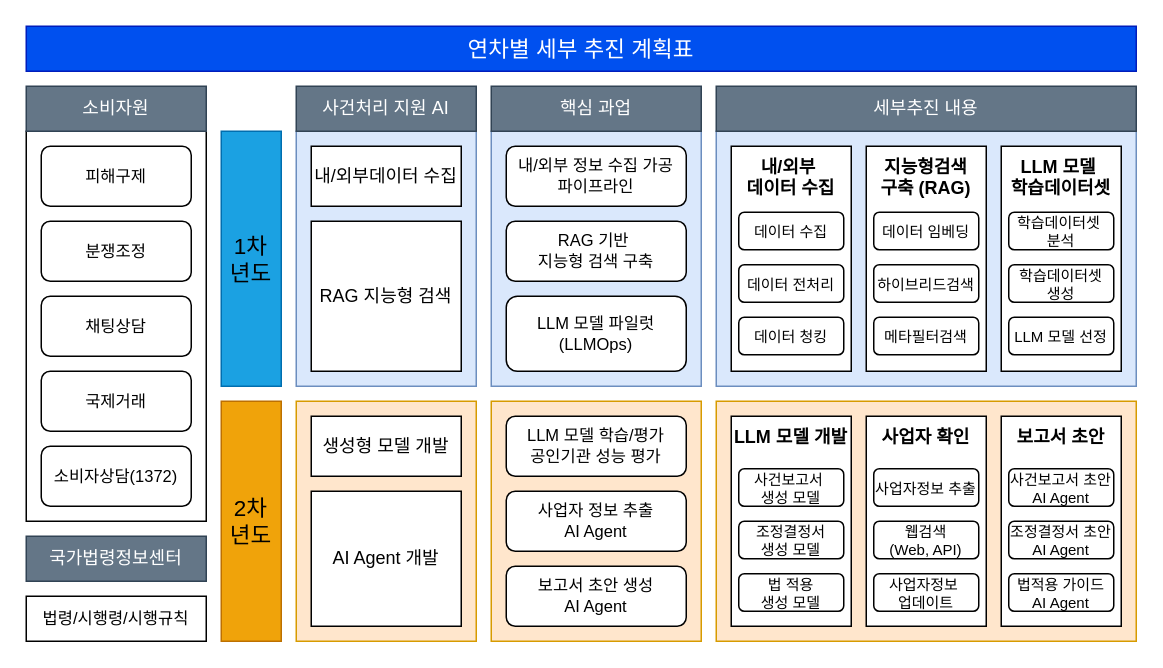
This is page "업무 추진 계획" (9 of 11) of docs/KCA.drawio from eunpa/KCA, a draw.io file, before an edit. Source tidied: cells renumbered, new cells numbered last; positions are measured from the earlier drawing's top-left corner, leaving out a move shared by most shapes. Both pictures are drawn from the tidied source at 150%, with x=0, y=0 at pixel (26, 26).
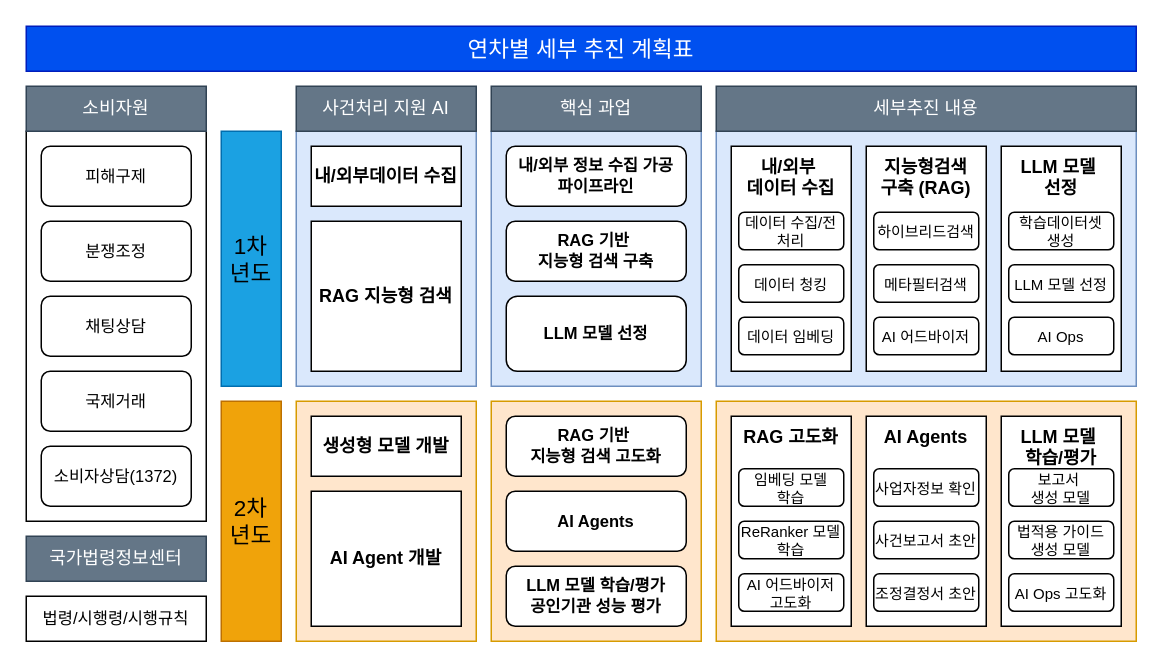
The same diagram, later.

Change to the diagram source:
```diff
@@
-    <mxCell id="2" style="whiteSpace=wrap;html=1;fillColor=#ffe6cc;strokeColor=#d79b00;" parent="1" vertex="1">
-      <mxGeometry x="460" y="250" width="280" height="160" as="geometry" />
-    </mxCell>
-    <mxCell id="3" style="whiteSpace=wrap;html=1;fillColor=#dae8fc;strokeColor=#6c8ebf;" parent="1" vertex="1">
-      <mxGeometry x="460" y="70" width="280" height="170" as="geometry" />
-    </mxCell>
-    <mxCell id="4" style="whiteSpace=wrap;html=1;fillColor=#ffe6cc;strokeColor=#d79b00;" parent="1" vertex="1">
-      <mxGeometry x="310" y="250" width="140" height="160" as="geometry" />
-    </mxCell>
-    <mxCell id="5" style="whiteSpace=wrap;html=1;fillColor=#dae8fc;strokeColor=#6c8ebf;" parent="1" vertex="1">
-      <mxGeometry x="310" y="70" width="140" height="170" as="geometry" />
-    </mxCell>
-    <mxCell id="6" style="whiteSpace=wrap;html=1;fillColor=#dae8fc;strokeColor=#6c8ebf;" parent="1" vertex="1">
-      <mxGeometry x="180" y="70" width="120" height="170" as="geometry" />
-    </mxCell>
-    <mxCell id="7" style="whiteSpace=wrap;html=1;fillColor=#ffe6cc;strokeColor=#d79b00;" parent="1" vertex="1">
-      <mxGeometry x="180" y="250" width="120" height="160" as="geometry" />
-    </mxCell>
-    <mxCell id="8" style="whiteSpace=wrap;html=1;" parent="1" vertex="1">
-      <mxGeometry y="70" width="120" height="260" as="geometry" />
-    </mxCell>
+    <mxCell id="57" style="whiteSpace=wrap;html=1;fillColor=#ffe6cc;strokeColor=#d79b00;" parent="1" vertex="1">
+      <mxGeometry x="460" y="250" width="280" height="160" as="geometry" />
+    </mxCell>
+    <mxCell id="58" style="whiteSpace=wrap;html=1;fillColor=#dae8fc;strokeColor=#6c8ebf;" parent="1" vertex="1">
+      <mxGeometry x="460" y="70" width="280" height="170" as="geometry" />
+    </mxCell>
+    <mxCell id="59" style="whiteSpace=wrap;html=1;fillColor=#ffe6cc;strokeColor=#d79b00;" parent="1" vertex="1">
+      <mxGeometry x="310" y="250" width="140" height="160" as="geometry" />
+    </mxCell>
+    <mxCell id="60" style="whiteSpace=wrap;html=1;fillColor=#dae8fc;strokeColor=#6c8ebf;" parent="1" vertex="1">
+      <mxGeometry x="310" y="70" width="140" height="170" as="geometry" />
+    </mxCell>
+    <mxCell id="61" style="whiteSpace=wrap;html=1;fillColor=#dae8fc;strokeColor=#6c8ebf;" parent="1" vertex="1">
+      <mxGeometry x="180" y="70" width="120" height="170" as="geometry" />
+    </mxCell>
+    <mxCell id="62" style="whiteSpace=wrap;html=1;fillColor=#ffe6cc;strokeColor=#d79b00;" parent="1" vertex="1">
+      <mxGeometry x="180" y="250" width="120" height="160" as="geometry" />
+    </mxCell>
+    <mxCell id="63" style="whiteSpace=wrap;html=1;" parent="1" vertex="1">
+      <mxGeometry y="70" width="120" height="260" as="geometry" />
+    </mxCell>
@@
-    <mxCell id="14" value="내/외부데이터 수집" style="whiteSpace=wrap;html=1;" parent="1" vertex="1">
+    <mxCell id="14" value="내/외부데이터 수집" style="whiteSpace=wrap;html=1;fontStyle=1;" parent="1" vertex="1">
       <mxGeometry x="190" y="80" width="100" height="40" as="geometry" />
     </mxCell>
-    <mxCell id="15" value="내/외부 정보 수집 가공&lt;div&gt;파이프라인&lt;/div&gt;" style="rounded=1;whiteSpace=wrap;html=1;fontSize=11;" parent="1" vertex="1">
+    <mxCell id="15" value="내/외부 정보 수집 가공&lt;div&gt;파이프라인&lt;/div&gt;" style="rounded=1;whiteSpace=wrap;html=1;fontSize=11;fontStyle=1;" parent="1" vertex="1">
       <mxGeometry x="320" y="80" width="120" height="40" as="geometry" />
     </mxCell>
-    <mxCell id="16" value="RAG 기반&amp;nbsp;&lt;div&gt;지능형 검색 구축&lt;/div&gt;" style="rounded=1;whiteSpace=wrap;html=1;fontSize=11;" parent="1" vertex="1">
+    <mxCell id="16" value="RAG 기반&amp;nbsp;&lt;div&gt;지능형 검색 구축&lt;/div&gt;" style="rounded=1;whiteSpace=wrap;html=1;fontSize=11;fontStyle=1;" parent="1" vertex="1">
       <mxGeometry x="320" y="130" width="120" height="40" as="geometry" />
     </mxCell>
-    <mxCell id="17" value="LLM 모델 파일럿&lt;div&gt;(LLMOps)&lt;/div&gt;" style="rounded=1;whiteSpace=wrap;html=1;fontSize=11;" parent="1" vertex="1">
-      <mxGeometry x="320" y="180" width="120" height="50" as="geometry" />
-    </mxCell>
+    <mxCell id="64" value="LLM 모델 선정" style="rounded=1;whiteSpace=wrap;html=1;fontSize=11;fontStyle=1;" parent="1" vertex="1">
+      <mxGeometry x="320" y="180" width="120" height="50" as="geometry" />
+    </mxCell>
-    <mxCell id="18" value="LLM 모델 학습/평가&lt;div&gt;공인기관 성능 평가&lt;/div&gt;" style="rounded=1;whiteSpace=wrap;html=1;fontSize=11;" parent="1" vertex="1">
-      <mxGeometry x="320" y="260" width="120" height="40" as="geometry" />
+    <mxCell id="18" value="LLM 모델 학습/평가&lt;div&gt;공인기관 성능 평가&lt;/div&gt;" style="rounded=1;whiteSpace=wrap;html=1;fontSize=11;fontStyle=1;" parent="1" vertex="1">
+      <mxGeometry x="320" y="360" width="120" height="40" as="geometry" />
     </mxCell>
-    <mxCell id="19" value="사업자 정보 추출&lt;div&gt;AI Agent&lt;/div&gt;" style="rounded=1;whiteSpace=wrap;html=1;fontSize=11;" parent="1" vertex="1">
-      <mxGeometry x="320" y="310" width="120" height="40" as="geometry" />
-    </mxCell>
-    <mxCell id="20" value="보고서 초안 생성&lt;div&gt;AI Agent&lt;/div&gt;" style="rounded=1;whiteSpace=wrap;html=1;fontSize=11;" parent="1" vertex="1">
-      <mxGeometry x="320" y="360" width="120" height="40" as="geometry" />
-    </mxCell>
+    <mxCell id="65" value="&lt;div&gt;&lt;span style=&quot;color: rgb(0, 0, 0);&quot;&gt;RAG 기반&amp;nbsp;&lt;/span&gt;&lt;/div&gt;지능형 검색 고도화" style="rounded=1;whiteSpace=wrap;html=1;fontSize=11;fontStyle=1;" parent="1" vertex="1">
+      <mxGeometry x="320" y="260" width="120" height="40" as="geometry" />
+    </mxCell>
+    <mxCell id="66" value="AI Agents" style="rounded=1;whiteSpace=wrap;html=1;fontSize=11;fontStyle=1;" parent="1" vertex="1">
+      <mxGeometry x="320" y="310" width="120" height="40" as="geometry" />
+    </mxCell>
-    <mxCell id="21" value="RAG 지능형 검색" style="whiteSpace=wrap;html=1;" parent="1" vertex="1">
+    <mxCell id="21" value="RAG 지능형 검색" style="whiteSpace=wrap;html=1;fontStyle=1;" parent="1" vertex="1">
       <mxGeometry x="190" y="130" width="100" height="100" as="geometry" />
     </mxCell>
-    <mxCell id="22" value="생성형 모델 개발" style="whiteSpace=wrap;html=1;" parent="1" vertex="1">
+    <mxCell id="22" value="생성형 모델 개발" style="whiteSpace=wrap;html=1;fontStyle=1;" parent="1" vertex="1">
       <mxGeometry x="190" y="260" width="100" height="40" as="geometry" />
     </mxCell>
-    <mxCell id="23" value="AI Agent 개발" style="whiteSpace=wrap;html=1;" parent="1" vertex="1">
+    <mxCell id="23" value="AI Agent 개발" style="whiteSpace=wrap;html=1;fontStyle=1;" parent="1" vertex="1">
       <mxGeometry x="190" y="310" width="100" height="90" as="geometry" />
     </mxCell>
@@
-    <mxCell id="33" value="&lt;b&gt;LLM 모델&amp;nbsp;&lt;/b&gt;&lt;div&gt;&lt;b&gt;학습데이터셋&lt;/b&gt;&lt;/div&gt;" style="rounded=1;whiteSpace=wrap;html=1;verticalAlign=top;arcSize=0;" parent="1" vertex="1">
-      <mxGeometry x="650" y="80" width="80" height="150" as="geometry" />
-    </mxCell>
-    <mxCell id="34" value="LLM 모델 개발" style="rounded=1;whiteSpace=wrap;html=1;fontStyle=1;verticalAlign=top;arcSize=0;" parent="1" vertex="1">
-      <mxGeometry x="470" y="260" width="80" height="140" as="geometry" />
-    </mxCell>
-    <mxCell id="35" value="사업자 확인" style="rounded=1;whiteSpace=wrap;html=1;fontStyle=1;verticalAlign=top;arcSize=0;" parent="1" vertex="1">
-      <mxGeometry x="560" y="260" width="80" height="140" as="geometry" />
-    </mxCell>
-    <mxCell id="36" value="&lt;b&gt;보고서 초안&lt;/b&gt;" style="rounded=1;whiteSpace=wrap;html=1;verticalAlign=top;arcSize=0;" parent="1" vertex="1">
-      <mxGeometry x="650" y="260" width="80" height="140" as="geometry" />
-    </mxCell>
-    <mxCell id="37" value="데이터 수집" style="rounded=1;whiteSpace=wrap;html=1;fontSize=10;" parent="1" vertex="1">
-      <mxGeometry x="475" y="124" width="70" height="25" as="geometry" />
-    </mxCell>
-    <mxCell id="38" value="데이터 전처리" style="rounded=1;whiteSpace=wrap;html=1;fontSize=10;" parent="1" vertex="1">
-      <mxGeometry x="475" y="159" width="70" height="25" as="geometry" />
-    </mxCell>
+    <mxCell id="67" value="&lt;b&gt;LLM 모델&amp;nbsp;&lt;/b&gt;&lt;div&gt;&lt;b&gt;선정&lt;/b&gt;&lt;/div&gt;" style="rounded=1;whiteSpace=wrap;html=1;verticalAlign=top;arcSize=0;" parent="1" vertex="1">
+      <mxGeometry x="650" y="80" width="80" height="150" as="geometry" />
+    </mxCell>
+    <mxCell id="68" value="LLM 모델&amp;nbsp;&lt;div&gt;학습/평가&lt;/div&gt;" style="rounded=1;whiteSpace=wrap;html=1;fontStyle=1;verticalAlign=top;arcSize=0;" parent="1" vertex="1">
+      <mxGeometry x="650" y="260" width="80" height="140" as="geometry" />
+    </mxCell>
+    <mxCell id="69" value="RAG 고도화" style="rounded=1;whiteSpace=wrap;html=1;fontStyle=1;verticalAlign=top;arcSize=0;" parent="1" vertex="1">
+      <mxGeometry x="470" y="260" width="80" height="140" as="geometry" />
+    </mxCell>
+    <mxCell id="70" value="AI Agents" style="rounded=1;whiteSpace=wrap;html=1;verticalAlign=top;arcSize=0;fontStyle=1;" parent="1" vertex="1">
+      <mxGeometry x="560" y="260" width="80" height="140" as="geometry" />
+    </mxCell>
+    <mxCell id="71" value="데이터 수집/전처리" style="rounded=1;whiteSpace=wrap;html=1;fontSize=10;" parent="1" vertex="1">
+      <mxGeometry x="475" y="124" width="70" height="25" as="geometry" />
+    </mxCell>
     <mxCell id="39" value="데이터 청킹" style="rounded=1;whiteSpace=wrap;html=1;fontSize=10;" parent="1" vertex="1">
-      <mxGeometry x="475" y="194" width="70" height="25" as="geometry" />
+      <mxGeometry x="475" y="159" width="70" height="25" as="geometry" />
     </mxCell>
     <mxCell id="40" value="데이터 임베딩" style="rounded=1;whiteSpace=wrap;html=1;fontSize=10;" parent="1" vertex="1">
-      <mxGeometry x="565" y="124" width="70" height="25" as="geometry" />
+      <mxGeometry x="475" y="194" width="70" height="25" as="geometry" />
     </mxCell>
-    <mxCell id="41" value="하이브리드검색" style="rounded=1;whiteSpace=wrap;html=1;fontSize=10;" parent="1" vertex="1">
-      <mxGeometry x="565" y="159" width="70" height="25" as="geometry" />
+    <mxCell id="41" value="&lt;span style=&quot;color: rgb(0, 0, 0);&quot;&gt;하이브리드검색&lt;/span&gt;" style="rounded=1;whiteSpace=wrap;html=1;fontSize=10;" parent="1" vertex="1">
+      <mxGeometry x="565" y="124" width="70" height="25" as="geometry" />
     </mxCell>
-    <mxCell id="42" value="메타필터검색" style="rounded=1;whiteSpace=wrap;html=1;fontSize=10;" parent="1" vertex="1">
-      <mxGeometry x="565" y="194" width="70" height="25" as="geometry" />
+    <mxCell id="42" value="&lt;span style=&quot;color: rgb(0, 0, 0);&quot;&gt;메타필터검색&lt;/span&gt;" style="rounded=1;whiteSpace=wrap;html=1;fontSize=10;" parent="1" vertex="1">
+      <mxGeometry x="565" y="159" width="70" height="25" as="geometry" />
     </mxCell>
-    <mxCell id="43" value="학습데이터셋&amp;nbsp;&lt;div&gt;분석&lt;/div&gt;" style="rounded=1;whiteSpace=wrap;html=1;fontSize=10;" parent="1" vertex="1">
-      <mxGeometry x="655" y="124" width="70" height="25" as="geometry" />
-    </mxCell>
+    <mxCell id="72" value="AI 어드바이저" style="rounded=1;whiteSpace=wrap;html=1;fontSize=10;" parent="1" vertex="1">
+      <mxGeometry x="565" y="194" width="70" height="25" as="geometry" />
+    </mxCell>
-    <mxCell id="44" value="학습데이터셋&lt;div&gt;생성&lt;/div&gt;" style="rounded=1;whiteSpace=wrap;html=1;fontSize=10;" parent="1" vertex="1">
-      <mxGeometry x="655" y="159" width="70" height="25" as="geometry" />
+    <mxCell id="44" value="&lt;span style=&quot;color: rgb(0, 0, 0);&quot;&gt;학습데이터셋&lt;/span&gt;&lt;div&gt;생성&lt;/div&gt;" style="rounded=1;whiteSpace=wrap;html=1;fontSize=10;" parent="1" vertex="1">
+      <mxGeometry x="655" y="124" width="70" height="25" as="geometry" />
     </mxCell>
-    <mxCell id="45" value="LLM 모델 선정" style="rounded=1;whiteSpace=wrap;html=1;fontSize=10;" parent="1" vertex="1">
-      <mxGeometry x="655" y="194" width="70" height="25" as="geometry" />
-    </mxCell>
-    <mxCell id="46" value="사건보고서&amp;nbsp;&lt;div&gt;생성 모델&lt;/div&gt;" style="rounded=1;whiteSpace=wrap;html=1;fontSize=10;" parent="1" vertex="1">
-      <mxGeometry x="475" y="295" width="70" height="25" as="geometry" />
-    </mxCell>
-    <mxCell id="47" value="조정결정서&lt;div&gt;생성 모델&lt;/div&gt;" style="rounded=1;whiteSpace=wrap;html=1;fontSize=10;" parent="1" vertex="1">
-      <mxGeometry x="475" y="330" width="70" height="25" as="geometry" />
-    </mxCell>
-    <mxCell id="48" value="법 적용&lt;div&gt;생성 모델&lt;/div&gt;" style="rounded=1;whiteSpace=wrap;html=1;fontSize=10;" parent="1" vertex="1">
-      <mxGeometry x="475" y="365" width="70" height="25" as="geometry" />
-    </mxCell>
-    <mxCell id="49" value="사업자정보 추출" style="rounded=1;whiteSpace=wrap;html=1;fontSize=10;" parent="1" vertex="1">
-      <mxGeometry x="565" y="295" width="70" height="25" as="geometry" />
-    </mxCell>
-    <mxCell id="50" value="웹검색&lt;div&gt;(Web, API)&lt;/div&gt;" style="rounded=1;whiteSpace=wrap;html=1;fontSize=10;" parent="1" vertex="1">
-      <mxGeometry x="565" y="330" width="70" height="25" as="geometry" />
-    </mxCell>
-    <mxCell id="51" value="사업자정보&amp;nbsp;&lt;div&gt;업데이트&lt;/div&gt;" style="rounded=1;whiteSpace=wrap;html=1;fontSize=10;" parent="1" vertex="1">
-      <mxGeometry x="565" y="365" width="70" height="25" as="geometry" />
-    </mxCell>
-    <mxCell id="52" value="사건보고서 초안&lt;div&gt;AI Agent&lt;/div&gt;" style="rounded=1;whiteSpace=wrap;html=1;fontSize=10;" parent="1" vertex="1">
-      <mxGeometry x="655" y="295" width="70" height="25" as="geometry" />
-    </mxCell>
-    <mxCell id="53" value="조정결정서 초안&lt;div&gt;AI Agent&lt;/div&gt;" style="rounded=1;whiteSpace=wrap;html=1;fontSize=10;" parent="1" vertex="1">
-      <mxGeometry x="655" y="330" width="70" height="25" as="geometry" />
-    </mxCell>
-    <mxCell id="54" value="법적용 가이드&lt;div&gt;AI Agent&lt;/div&gt;" style="rounded=1;whiteSpace=wrap;html=1;fontSize=10;" parent="1" vertex="1">
-      <mxGeometry x="655" y="365" width="70" height="25" as="geometry" />
-    </mxCell>
+    <mxCell id="73" value="&lt;span style=&quot;color: rgb(0, 0, 0);&quot;&gt;LLM 모델 선정&lt;/span&gt;" style="rounded=1;whiteSpace=wrap;html=1;fontSize=10;" parent="1" vertex="1">
+      <mxGeometry x="655" y="159" width="70" height="25" as="geometry" />
+    </mxCell>
+    <mxCell id="74" value="AI Ops" style="rounded=1;whiteSpace=wrap;html=1;fontSize=10;" parent="1" vertex="1">
+      <mxGeometry x="655" y="194" width="70" height="25" as="geometry" />
+    </mxCell>
+    <mxCell id="75" value="보고서&amp;nbsp;&lt;div&gt;생성 모델&lt;/div&gt;" style="rounded=1;whiteSpace=wrap;html=1;fontSize=10;" parent="1" vertex="1">
+      <mxGeometry x="655" y="295" width="70" height="25" as="geometry" />
+    </mxCell>
+    <mxCell id="76" value="&lt;span style=&quot;color: rgb(0, 0, 0);&quot;&gt;법적용 가이드&lt;/span&gt;&lt;div&gt;생성 모델&lt;/div&gt;" style="rounded=1;whiteSpace=wrap;html=1;fontSize=10;" parent="1" vertex="1">
+      <mxGeometry x="655" y="330" width="70" height="25" as="geometry" />
+    </mxCell>
+    <mxCell id="77" value="&lt;span style=&quot;color: rgb(0, 0, 0);&quot;&gt;AI Ops 고도화&lt;/span&gt;" style="rounded=1;whiteSpace=wrap;html=1;fontSize=10;" parent="1" vertex="1">
+      <mxGeometry x="655" y="365" width="70" height="25" as="geometry" />
+    </mxCell>
+    <mxCell id="78" value="임베딩 모델&lt;div&gt;학습&lt;/div&gt;" style="rounded=1;whiteSpace=wrap;html=1;fontSize=10;" parent="1" vertex="1">
+      <mxGeometry x="475" y="295" width="70" height="25" as="geometry" />
+    </mxCell>
+    <mxCell id="79" value="ReRanker 모델&lt;div&gt;학습&lt;/div&gt;" style="rounded=1;whiteSpace=wrap;html=1;fontSize=10;" parent="1" vertex="1">
+      <mxGeometry x="475" y="330" width="70" height="25" as="geometry" />
+    </mxCell>
+    <mxCell id="80" value="AI 어드바이저 고도화" style="rounded=1;whiteSpace=wrap;html=1;fontSize=10;" parent="1" vertex="1">
+      <mxGeometry x="475" y="365" width="70" height="25" as="geometry" />
+    </mxCell>
+    <mxCell id="81" value="사건보고서 초안" style="rounded=1;whiteSpace=wrap;html=1;fontSize=10;" parent="1" vertex="1">
+      <mxGeometry x="565" y="330" width="70" height="25" as="geometry" />
+    </mxCell>
+    <mxCell id="82" value="조정결정서 초안" style="rounded=1;whiteSpace=wrap;html=1;fontSize=10;" parent="1" vertex="1">
+      <mxGeometry x="565" y="365" width="70" height="25" as="geometry" />
+    </mxCell>
@@
+    <mxCell id="83" value="사업자정보 확인" style="rounded=1;whiteSpace=wrap;html=1;fontSize=10;" parent="1" vertex="1">
+      <mxGeometry x="565" y="295" width="70" height="25" as="geometry" />
+    </mxCell>
```
